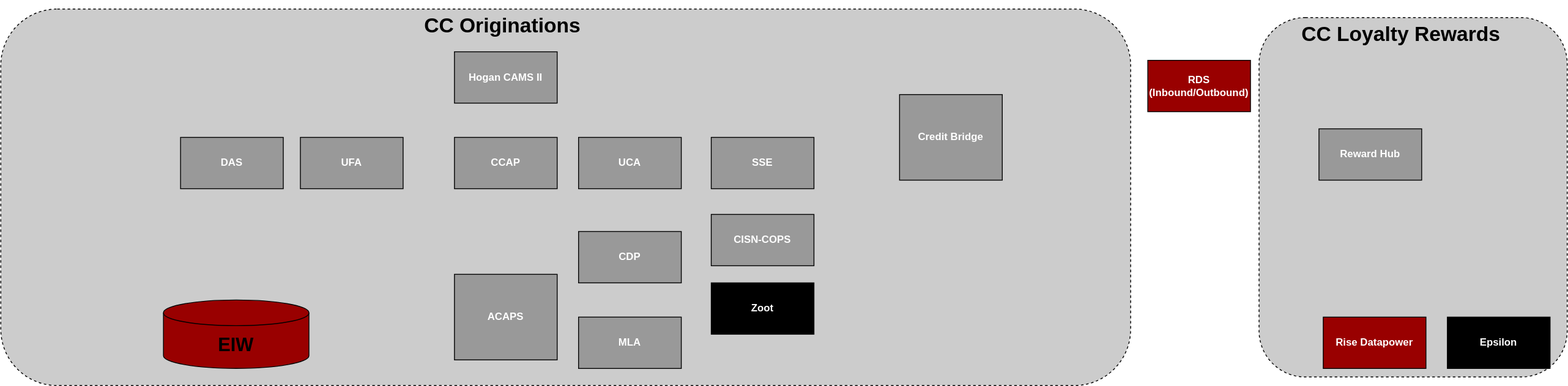
uchiharizvi/design-diagrams keeps this draw.io diagram as Work Samples/WF/Cards Product Architecture.drawio.svg. Above is the earlier version. Source tidied: cells renumbered, new cells last; positions are measured from the earlier drawing's top-left corner, leaving out a move shared by most shapes.
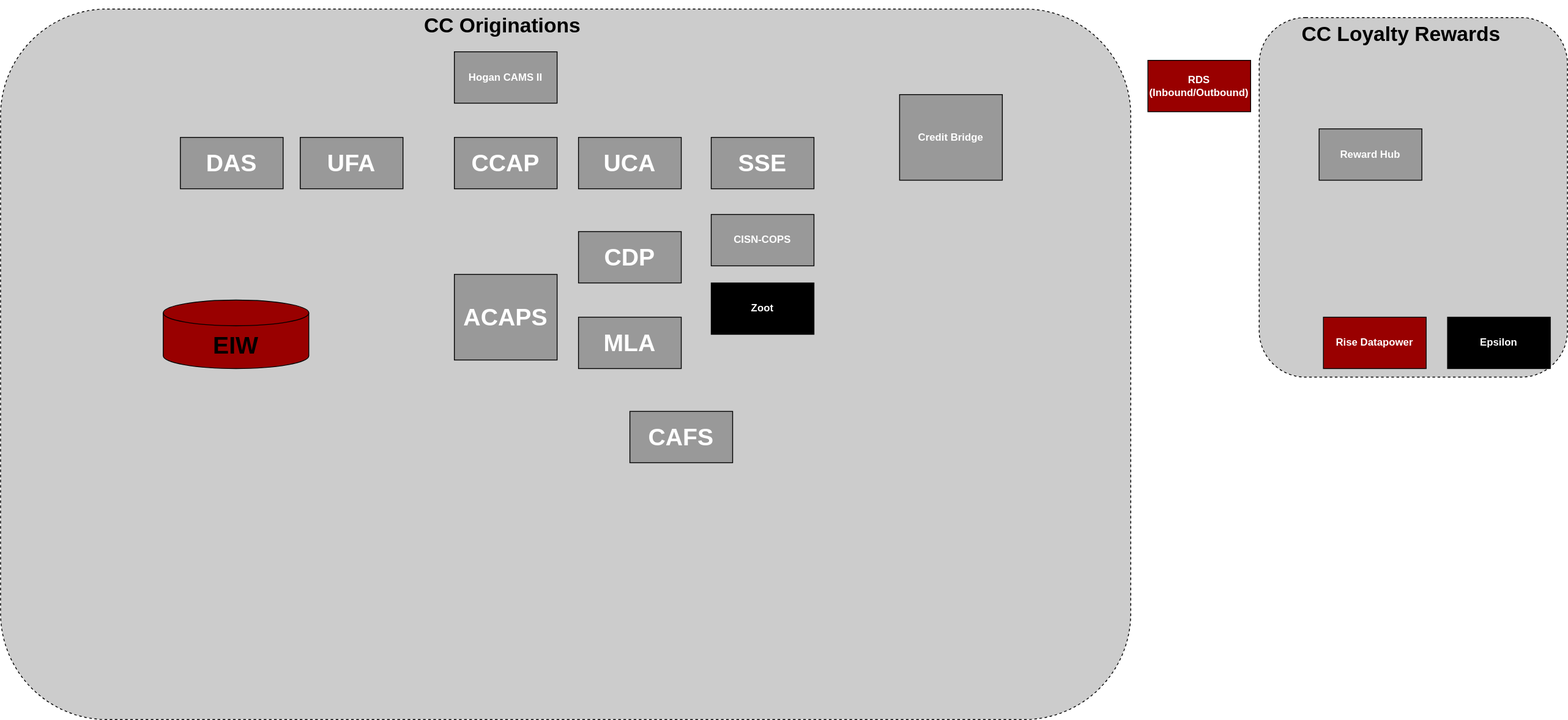
Above is the later version.

Change to the diagram source:
```diff
@@ -21,7 +21,7 @@
       <mxGeometry x="1340" y="60" width="120" height="60" as="geometry" />
     </mxCell>
     <mxCell id="8" style="rounded=1;whiteSpace=wrap;html=1;dashed=1;fillColor=#CCCCCC;" parent="1" vertex="1">
-      <mxGeometry width="1320" height="440" as="geometry" />
+      <mxGeometry width="1320" height="830" as="geometry" />
     </mxCell>
     <mxCell id="9" value="&lt;h1&gt;CC Originations&lt;/h1&gt;" style="text;html=1;spacing=5;spacingTop=-20;whiteSpace=wrap;overflow=hidden;rounded=0;" parent="1" vertex="1">
       <mxGeometry x="490" width="200" height="40" as="geometry" />
@@ -29,19 +29,19 @@
     <mxCell id="10" value="Hogan CAMS II" style="rounded=0;whiteSpace=wrap;html=1;fillColor=#999999;fontStyle=1;fontColor=#FFFFFF;" parent="1" vertex="1">
       <mxGeometry x="530" y="50" width="120" height="60" as="geometry" />
     </mxCell>
-    <mxCell id="11" value="DAS" style="rounded=0;whiteSpace=wrap;html=1;fillColor=#999999;fontStyle=1;fontColor=#FFFFFF;" parent="1" vertex="1">
+    <mxCell id="11" value="DAS" style="rounded=0;whiteSpace=wrap;html=1;fillColor=#999999;fontStyle=1;fontColor=#FFFFFF;fontSize=28;" parent="1" vertex="1">
       <mxGeometry x="210" y="150" width="120" height="60" as="geometry" />
     </mxCell>
-    <mxCell id="12" value="UFA" style="rounded=0;whiteSpace=wrap;html=1;fillColor=#999999;fontStyle=1;fontColor=#FFFFFF;" parent="1" vertex="1">
+    <mxCell id="12" value="UFA" style="rounded=0;whiteSpace=wrap;html=1;fillColor=#999999;fontStyle=1;fontColor=#FFFFFF;fontSize=28;" parent="1" vertex="1">
       <mxGeometry x="350" y="150" width="120" height="60" as="geometry" />
     </mxCell>
-    <mxCell id="13" value="CCAP" style="rounded=0;whiteSpace=wrap;html=1;fillColor=#999999;fontStyle=1;fontColor=#FFFFFF;" parent="1" vertex="1">
+    <mxCell id="13" value="CCAP" style="rounded=0;whiteSpace=wrap;html=1;fillColor=#999999;fontStyle=1;fontColor=#FFFFFF;fontSize=28;" parent="1" vertex="1">
       <mxGeometry x="530" y="150" width="120" height="60" as="geometry" />
     </mxCell>
-    <mxCell id="14" value="UCA" style="rounded=0;whiteSpace=wrap;html=1;fillColor=#999999;fontStyle=1;fontColor=#FFFFFF;" parent="1" vertex="1">
+    <mxCell id="14" value="UCA" style="rounded=0;whiteSpace=wrap;html=1;fillColor=#999999;fontStyle=1;fontColor=#FFFFFF;fontSize=28;" parent="1" vertex="1">
       <mxGeometry x="675" y="150" width="120" height="60" as="geometry" />
     </mxCell>
-    <mxCell id="15" value="SSE" style="rounded=0;whiteSpace=wrap;html=1;fillColor=#999999;fontStyle=1;fontColor=#FFFFFF;" parent="1" vertex="1">
+    <mxCell id="15" value="SSE" style="rounded=0;whiteSpace=wrap;html=1;fillColor=#999999;fontStyle=1;fontColor=#FFFFFF;fontSize=28;" parent="1" vertex="1">
       <mxGeometry x="830" y="150" width="120" height="60" as="geometry" />
     </mxCell>
     <mxCell id="16" value="Credit Bridge" style="rounded=0;whiteSpace=wrap;html=1;fillColor=#999999;fontStyle=1;fontColor=#FFFFFF;" parent="1" vertex="1">
@@ -53,17 +53,20 @@
     <mxCell id="18" value="Zoot" style="rounded=0;whiteSpace=wrap;html=1;fillColor=#000000;fontStyle=1;fontColor=#FFFFFF;" parent="1" vertex="1">
       <mxGeometry x="830" y="320" width="120" height="60" as="geometry" />
     </mxCell>
-    <mxCell id="19" value="ACAPS" style="rounded=0;whiteSpace=wrap;html=1;fillColor=#999999;fontStyle=1;fontColor=#FFFFFF;" parent="1" vertex="1">
+    <mxCell id="19" value="ACAPS" style="rounded=0;whiteSpace=wrap;html=1;fillColor=#999999;fontStyle=1;fontColor=#FFFFFF;fontSize=28;" parent="1" vertex="1">
       <mxGeometry x="530" y="310" width="120" height="100" as="geometry" />
     </mxCell>
-    <mxCell id="20" value="CDP" style="rounded=0;whiteSpace=wrap;html=1;fillColor=#999999;fontStyle=1;fontColor=#FFFFFF;" parent="1" vertex="1">
+    <mxCell id="20" value="CDP" style="rounded=0;whiteSpace=wrap;html=1;fillColor=#999999;fontStyle=1;fontColor=#FFFFFF;fontSize=28;" parent="1" vertex="1">
       <mxGeometry x="675" y="260" width="120" height="60" as="geometry" />
     </mxCell>
-    <mxCell id="21" value="MLA" style="rounded=0;whiteSpace=wrap;html=1;fillColor=#999999;fontStyle=1;fontColor=#FFFFFF;" parent="1" vertex="1">
+    <mxCell id="21" value="MLA" style="rounded=0;whiteSpace=wrap;html=1;fillColor=#999999;fontStyle=1;fontColor=#FFFFFF;fontSize=28;" parent="1" vertex="1">
       <mxGeometry x="675" y="360" width="120" height="60" as="geometry" />
     </mxCell>
-    <mxCell id="22" value="&lt;b&gt;&lt;font style=&quot;font-size: 22px;&quot;&gt;EIW&lt;/font&gt;&lt;/b&gt;" style="shape=cylinder3;whiteSpace=wrap;html=1;boundedLbl=1;backgroundOutline=1;size=15;shadow=0;gradientColor=none;fillColor=#990000;" parent="1" vertex="1">
+    <mxCell id="22" value="&lt;b&gt;&lt;font style=&quot;font-size: 28px;&quot;&gt;EIW&lt;/font&gt;&lt;/b&gt;" style="shape=cylinder3;whiteSpace=wrap;html=1;boundedLbl=1;backgroundOutline=1;size=15;shadow=0;gradientColor=none;fillColor=#990000;" parent="1" vertex="1">
       <mxGeometry x="190" y="340" width="170" height="80" as="geometry" />
     </mxCell>
+    <mxCell id="23" value="&lt;font style=&quot;font-size: 28px;&quot;&gt;CAFS&lt;/font&gt;" style="rounded=0;whiteSpace=wrap;html=1;fillColor=#999999;fontStyle=1;fontColor=#FFFFFF;" parent="1" vertex="1">
+      <mxGeometry x="735" y="470" width="120" height="60" as="geometry" />
+    </mxCell>
   </root>
 </mxGraphModel>
```
